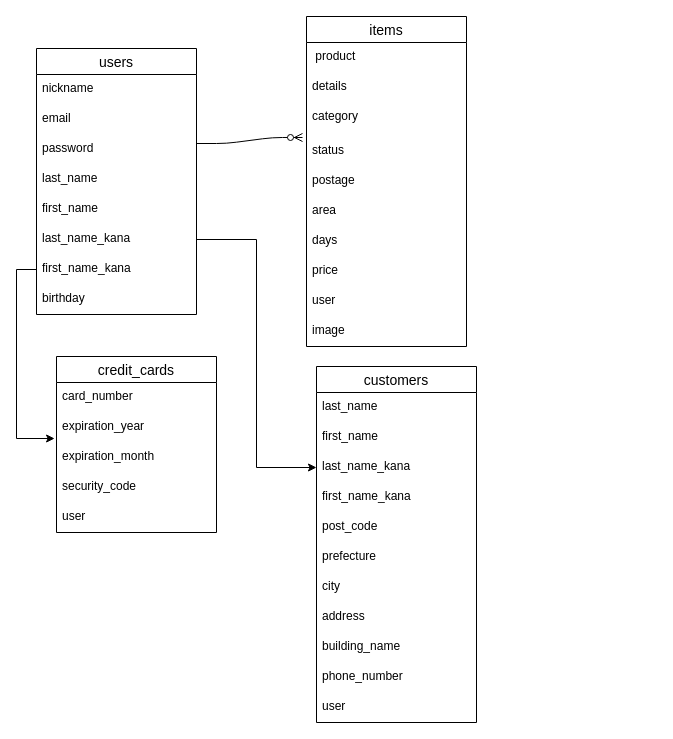
Above: test.dio in nozomi-itou/furima-32970 (draw.io), before the change. Source tidied: cells renumbered, new cells numbered last; positions are measured from the earlier drawing's top-left corner, leaving out a move shared by most shapes. Both pictures are drawn from the tidied source at 100%, with x=0, y=0 at pixel (36, 16).
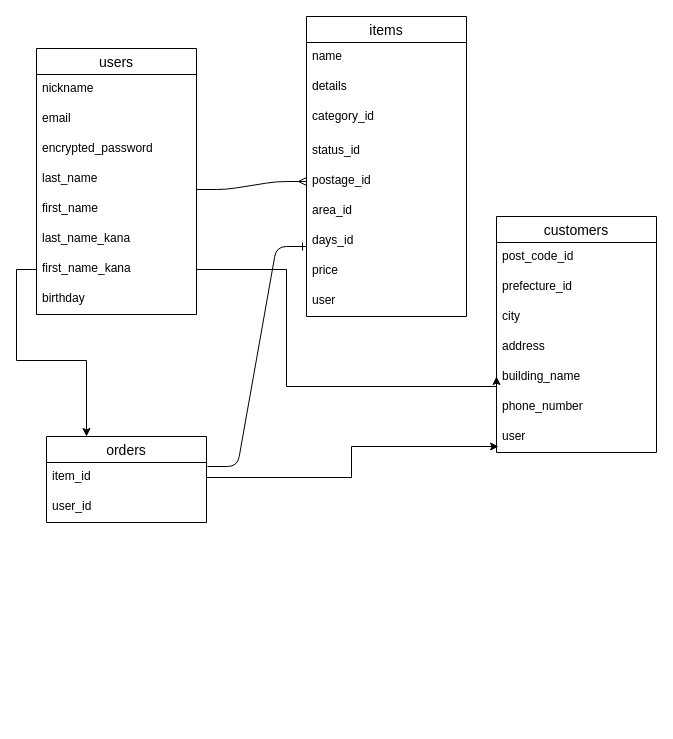
The same diagram, later.

Commit message (it also covers changes not shown here):
テーブル設計図の修正

Unchanged cells that the change refers to:
```xml
<mxCell id="13" value="users" style="swimlane;fontStyle=0;horizontal=1;startSize=26;align=center;fontSize=14;fillColor=none;" parent="1" vertex="1">
  <mxGeometry y="32" width="160" height="266" as="geometry" />
</mxCell>
<mxCell id="17" value="last_name&#10;" style="text;strokeColor=none;fillColor=none;spacingLeft=4;spacingRight=4;overflow=hidden;points=[[0,0.5],[1,0.5]];portConstraint=eastwest;fontSize=12;align=left;" parent="13" vertex="1">
  <mxGeometry y="116" width="160" height="30" as="geometry" />
</mxCell>
<mxCell id="19" value="last_name_kana" style="text;strokeColor=none;fillColor=none;spacingLeft=4;spacingRight=4;overflow=hidden;points=[[0,0.5],[1,0.5]];portConstraint=eastwest;fontSize=12;align=left;" parent="13" vertex="1">
  <mxGeometry y="176" width="160" height="30" as="geometry" />
</mxCell>
<mxCell id="20" value="first_name_kana" style="text;strokeColor=none;fillColor=none;spacingLeft=4;spacingRight=4;overflow=hidden;points=[[0,0.5],[1,0.5]];portConstraint=eastwest;fontSize=12;align=left;" parent="13" vertex="1">
  <mxGeometry y="206" width="160" height="30" as="geometry" />
</mxCell>
```

The edit, as a diff of the source:
```diff
@@
     <mxCell id="2" value="items" style="swimlane;fontStyle=0;horizontal=1;startSize=26;align=center;fontSize=14;" parent="1" vertex="1">
-      <mxGeometry x="270" width="160" height="330" as="geometry" />
+      <mxGeometry x="270" width="160" height="300" as="geometry" />
     </mxCell>
-    <mxCell id="3" value=" product" style="text;strokeColor=none;fillColor=none;spacingLeft=4;spacingRight=4;overflow=hidden;fontSize=12;" parent="2" vertex="1">
+    <mxCell id="3" value="name" style="text;strokeColor=none;fillColor=none;spacingLeft=4;spacingRight=4;overflow=hidden;fontSize=12;" parent="2" vertex="1">
       <mxGeometry y="26" width="160" height="30" as="geometry" />
     </mxCell>
@@
-    <mxCell id="5" value="category" style="text;strokeColor=none;fillColor=none;spacingLeft=4;spacingRight=4;overflow=hidden;fontSize=12;labelBorderColor=none;" parent="2" vertex="1">
+    <mxCell id="5" value="category_id" style="text;strokeColor=none;fillColor=none;spacingLeft=4;spacingRight=4;overflow=hidden;fontSize=12;labelBorderColor=none;" parent="2" vertex="1">
       <mxGeometry y="86" width="160" height="34" as="geometry" />
     </mxCell>
-    <mxCell id="6" value="status" style="text;strokeColor=none;fillColor=none;spacingLeft=4;spacingRight=4;overflow=hidden;points=[[0,0.5],[1,0.5]];portConstraint=eastwest;fontSize=12;align=left;" parent="2" vertex="1">
+    <mxCell id="6" value="status_id" style="text;strokeColor=none;fillColor=none;spacingLeft=4;spacingRight=4;overflow=hidden;points=[[0,0.5],[1,0.5]];portConstraint=eastwest;fontSize=12;align=left;" parent="2" vertex="1">
       <mxGeometry y="120" width="160" height="30" as="geometry" />
     </mxCell>
-    <mxCell id="7" value="postage" style="text;strokeColor=none;fillColor=none;spacingLeft=4;spacingRight=4;overflow=hidden;fontSize=12;align=left;" parent="2" vertex="1">
+    <mxCell id="7" value="postage_id" style="text;strokeColor=none;fillColor=none;spacingLeft=4;spacingRight=4;overflow=hidden;fontSize=12;align=left;" parent="2" vertex="1">
       <mxGeometry y="150" width="160" height="30" as="geometry" />
     </mxCell>
-    <mxCell id="8" value="area" style="text;strokeColor=none;fillColor=none;spacingLeft=4;spacingRight=4;overflow=hidden;fontSize=12;align=left;" parent="2" vertex="1">
+    <mxCell id="8" value="area_id" style="text;strokeColor=none;fillColor=none;spacingLeft=4;spacingRight=4;overflow=hidden;fontSize=12;align=left;" parent="2" vertex="1">
       <mxGeometry y="180" width="160" height="30" as="geometry" />
     </mxCell>
-    <mxCell id="9" value="days" style="text;strokeColor=none;fillColor=none;spacingLeft=4;spacingRight=4;overflow=hidden;fontSize=12;align=left;" parent="2" vertex="1">
+    <mxCell id="9" value="days_id" style="text;strokeColor=none;fillColor=none;spacingLeft=4;spacingRight=4;overflow=hidden;fontSize=12;align=left;" parent="2" vertex="1">
       <mxGeometry y="210" width="160" height="30" as="geometry" />
     </mxCell>
@@
-    <mxCell id="12" value="image" style="text;strokeColor=none;fillColor=none;spacingLeft=4;spacingRight=4;overflow=hidden;fontSize=12;" parent="2" vertex="1">
-      <mxGeometry y="300" width="160" height="30" as="geometry" />
-    </mxCell>
@@
-    <mxCell id="16" value="password" style="text;strokeColor=none;fillColor=none;spacingLeft=4;spacingRight=4;overflow=hidden;points=[[0,0.5],[1,0.5]];portConstraint=eastwest;fontSize=12;" parent="13" vertex="1">
+    <mxCell id="16" value="encrypted_password" style="text;strokeColor=none;fillColor=none;spacingLeft=4;spacingRight=4;overflow=hidden;points=[[0,0.5],[1,0.5]];portConstraint=eastwest;fontSize=12;" parent="13" vertex="1">
       <mxGeometry y="86" width="160" height="30" as="geometry" />
     </mxCell>
@@
-    <mxCell id="22" style="edgeStyle=entityRelationEdgeStyle;fontSize=12;html=1;endArrow=ERzeroToMany;endFill=1;exitX=1;exitY=0.3;exitDx=0;exitDy=0;exitPerimeter=0;entryX=-0.025;entryY=0.033;entryDx=0;entryDy=0;entryPerimeter=0;" parent="1" edge="1" source="16" target="6">
-      <mxGeometry relative="1" as="geometry" />
-    </mxCell>
-    <mxCell id="23" value="credit_cards" style="swimlane;fontStyle=0;horizontal=1;startSize=26;align=center;fontSize=14;" parent="1" vertex="1">
-      <mxGeometry x="20" y="340" width="160" height="176" as="geometry" />
+    <mxCell id="23" value="orders" style="swimlane;fontStyle=0;horizontal=1;startSize=26;align=center;fontSize=14;" parent="1" vertex="1">
+      <mxGeometry x="10" y="420" width="160" height="86" as="geometry" />
     </mxCell>
-    <mxCell id="24" value="card_number" style="text;strokeColor=none;fillColor=none;spacingLeft=4;spacingRight=4;overflow=hidden;points=[[0,0.5],[1,0.5]];portConstraint=eastwest;fontSize=12;" parent="23" vertex="1">
+    <mxCell id="24" value="item_id" style="text;strokeColor=none;fillColor=none;spacingLeft=4;spacingRight=4;overflow=hidden;points=[[0,0.5],[1,0.5]];portConstraint=eastwest;fontSize=12;" parent="23" vertex="1">
       <mxGeometry y="26" width="160" height="30" as="geometry" />
     </mxCell>
-    <mxCell id="25" value="expiration_year" style="text;strokeColor=none;fillColor=none;spacingLeft=4;spacingRight=4;overflow=hidden;fontSize=12;" parent="23" vertex="1">
+    <mxCell id="25" value="user_id" style="text;strokeColor=none;fillColor=none;spacingLeft=4;spacingRight=4;overflow=hidden;fontSize=12;" parent="23" vertex="1">
       <mxGeometry y="56" width="160" height="30" as="geometry" />
     </mxCell>
-    <mxCell id="26" value="expiration_month&#10;&#10;" style="text;strokeColor=none;fillColor=none;spacingLeft=4;spacingRight=4;overflow=hidden;points=[[0,0.5],[1,0.5]];portConstraint=eastwest;fontSize=12;" parent="23" vertex="1">
-      <mxGeometry y="86" width="160" height="30" as="geometry" />
-    </mxCell>
-    <mxCell id="27" value="security_code" style="text;strokeColor=none;fillColor=none;spacingLeft=4;spacingRight=4;overflow=hidden;fontSize=12;" parent="23" vertex="1">
-      <mxGeometry y="116" width="160" height="30" as="geometry" />
-    </mxCell>
-    <mxCell id="28" value="user" style="text;strokeColor=none;fillColor=none;spacingLeft=4;spacingRight=4;overflow=hidden;fontSize=12;" parent="23" vertex="1">
-      <mxGeometry y="146" width="160" height="30" as="geometry" />
-    </mxCell>
-    <mxCell id="29" style="edgeStyle=orthogonalEdgeStyle;rounded=0;jettySize=auto;html=1;exitX=0;exitY=0.5;exitDx=0;exitDy=0;entryX=-0.012;entryY=-0.133;entryDx=0;entryDy=0;entryPerimeter=0;" parent="1" edge="1" source="20" target="26">
-      <mxGeometry relative="1" as="geometry" />
-    </mxCell>
     <mxCell id="30" value="customers" style="swimlane;fontStyle=0;horizontal=1;startSize=26;align=center;fontSize=14;" parent="1" vertex="1">
-      <mxGeometry x="280" y="350" width="160" height="356" as="geometry" />
+      <mxGeometry x="460" y="200" width="160" height="236" as="geometry" />
     </mxCell>
-    <mxCell id="31" value="last_name" style="text;strokeColor=none;fillColor=none;spacingLeft=4;spacingRight=4;overflow=hidden;fontSize=12;" parent="30" vertex="1">
-      <mxGeometry y="26" width="160" height="30" as="geometry" />
-    </mxCell>
-    <mxCell id="32" value="first_name" style="text;strokeColor=none;fillColor=none;spacingLeft=4;spacingRight=4;overflow=hidden;fontSize=12;" parent="30" vertex="1">
-      <mxGeometry y="56" width="160" height="30" as="geometry" />
-    </mxCell>
-    <mxCell id="33" value="last_name_kana" style="text;strokeColor=none;fillColor=none;spacingLeft=4;spacingRight=4;overflow=hidden;points=[[0,0.5],[1,0.5]];portConstraint=eastwest;fontSize=12;" parent="30" vertex="1">
-      <mxGeometry y="86" width="160" height="30" as="geometry" />
-    </mxCell>
-    <mxCell id="34" value="first_name_kana" style="text;strokeColor=none;fillColor=none;spacingLeft=4;spacingRight=4;overflow=hidden;fontSize=12;" parent="30" vertex="1">
-      <mxGeometry y="116" width="160" height="30" as="geometry" />
-    </mxCell>
-    <mxCell id="35" value="post_code" style="text;strokeColor=none;fillColor=none;spacingLeft=4;spacingRight=4;overflow=hidden;fontSize=12;" parent="30" vertex="1">
-      <mxGeometry y="146" width="160" height="30" as="geometry" />
+    <mxCell id="35" value="post_code_id" style="text;strokeColor=none;fillColor=none;spacingLeft=4;spacingRight=4;overflow=hidden;fontSize=12;" parent="30" vertex="1">
+      <mxGeometry y="26" width="160" height="30" as="geometry" />
     </mxCell>
-    <mxCell id="36" value="prefecture" style="text;strokeColor=none;fillColor=none;spacingLeft=4;spacingRight=4;overflow=hidden;fontSize=12;" parent="30" vertex="1">
-      <mxGeometry y="176" width="160" height="30" as="geometry" />
+    <mxCell id="36" value="prefecture_id" style="text;strokeColor=none;fillColor=none;spacingLeft=4;spacingRight=4;overflow=hidden;fontSize=12;" parent="30" vertex="1">
+      <mxGeometry y="56" width="160" height="30" as="geometry" />
     </mxCell>
     <mxCell id="37" value="city" style="text;strokeColor=none;fillColor=none;spacingLeft=4;spacingRight=4;overflow=hidden;fontSize=12;" parent="30" vertex="1">
-      <mxGeometry y="206" width="160" height="30" as="geometry" />
+      <mxGeometry y="86" width="160" height="30" as="geometry" />
     </mxCell>
     <mxCell id="38" value="address" style="text;strokeColor=none;fillColor=none;spacingLeft=4;spacingRight=4;overflow=hidden;fontSize=12;" parent="30" vertex="1">
-      <mxGeometry y="236" width="160" height="30" as="geometry" />
+      <mxGeometry y="116" width="160" height="30" as="geometry" />
     </mxCell>
     <mxCell id="39" value="building_name" style="text;strokeColor=none;fillColor=none;spacingLeft=4;spacingRight=4;overflow=hidden;fontSize=12;" parent="30" vertex="1">
-      <mxGeometry y="266" width="160" height="30" as="geometry" />
+      <mxGeometry y="146" width="160" height="30" as="geometry" />
     </mxCell>
     <mxCell id="40" value="phone_number" style="text;strokeColor=none;fillColor=none;spacingLeft=4;spacingRight=4;overflow=hidden;fontSize=12;" parent="30" vertex="1">
-      <mxGeometry y="296" width="160" height="30" as="geometry" />
+      <mxGeometry y="176" width="160" height="30" as="geometry" />
     </mxCell>
     <mxCell id="41" value="user " style="text;strokeColor=none;fillColor=none;spacingLeft=4;spacingRight=4;overflow=hidden;points=[[0,0.5],[1,0.5]];portConstraint=eastwest;fontSize=12;" parent="30" vertex="1">
-      <mxGeometry y="326" width="160" height="30" as="geometry" />
+      <mxGeometry y="206" width="160" height="30" as="geometry" />
     </mxCell>
-    <mxCell id="42" style="edgeStyle=orthogonalEdgeStyle;rounded=0;jettySize=auto;html=1;exitX=1;exitY=0.5;exitDx=0;exitDy=0;entryX=0;entryY=0.5;entryDx=0;entryDy=0;" parent="1" edge="1" source="19" target="33">
-      <mxGeometry relative="1" as="geometry" />
-    </mxCell>
+    <mxCell id="43" style="edgeStyle=orthogonalEdgeStyle;rounded=0;jettySize=auto;html=1;exitX=1;exitY=0.5;exitDx=0;exitDy=0;" parent="1" edge="1" source="20">
+      <mxGeometry relative="1" as="geometry">
+        <mxPoint x="460" y="360" as="targetPoint" />
+        <Array as="points">
+          <mxPoint x="250" y="253" />
+          <mxPoint x="250" y="370" />
+          <mxPoint x="460" y="370" />
+        </Array>
+      </mxGeometry>
+    </mxCell>
+    <mxCell id="44" style="edgeStyle=entityRelationEdgeStyle;fontSize=12;html=1;endArrow=ERone;endFill=1;exitX=1.006;exitY=0.133;exitDx=0;exitDy=0;exitPerimeter=0;" parent="1" edge="1" source="24">
+      <mxGeometry relative="1" as="geometry">
+        <mxPoint x="270" y="230" as="targetPoint" />
+      </mxGeometry>
+    </mxCell>
+    <mxCell id="45" style="edgeStyle=entityRelationEdgeStyle;fontSize=12;html=1;endArrow=ERmany;exitX=1;exitY=0.833;exitDx=0;exitDy=0;exitPerimeter=0;" parent="1" edge="1" source="17">
+      <mxGeometry relative="1" as="geometry">
+        <mxPoint x="270" y="165" as="targetPoint" />
+      </mxGeometry>
+    </mxCell>
+    <mxCell id="46" style="edgeStyle=orthogonalEdgeStyle;rounded=0;jettySize=auto;html=1;exitX=0;exitY=0.5;exitDx=0;exitDy=0;entryX=0.25;entryY=0;entryDx=0;entryDy=0;" parent="1" edge="1" source="20" target="23">
+      <mxGeometry relative="1" as="geometry" />
+    </mxCell>
+    <mxCell id="47" style="edgeStyle=orthogonalEdgeStyle;rounded=0;jettySize=auto;html=1;exitX=1;exitY=0.5;exitDx=0;exitDy=0;entryX=0.013;entryY=0.8;entryDx=0;entryDy=0;entryPerimeter=0;" parent="1" edge="1" source="24" target="41">
+      <mxGeometry relative="1" as="geometry" />
+    </mxCell>
```
